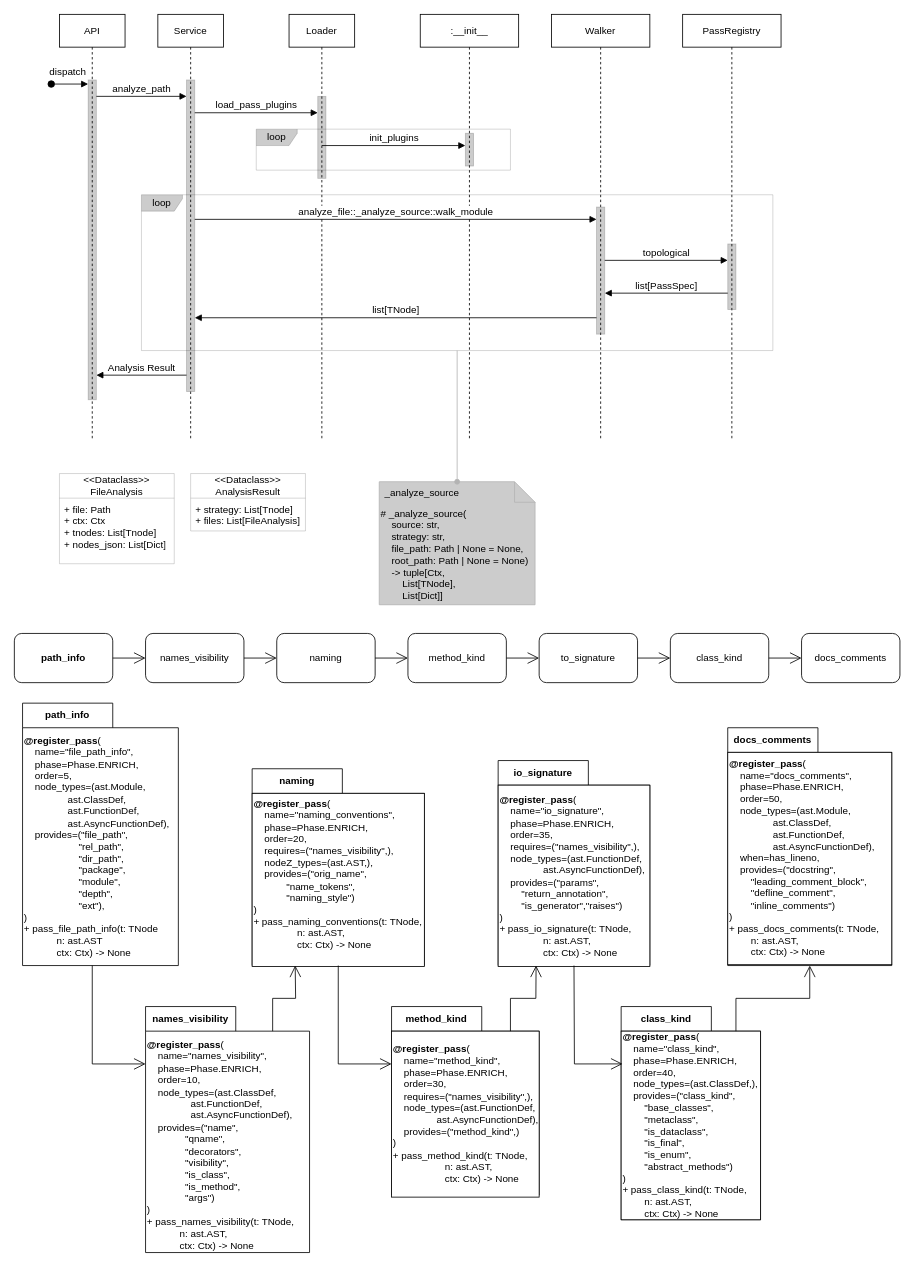
This is page "service_plugins_diagram" (12 of 14) of drawio/AST_Model_Plugins.drawio from IsabelaYabe/TccLatex, a draw.io file, before an edit. Source tidied: cells renumbered, new cells numbered last; positions are measured from the earlier drawing's top-left corner, leaving out a move shared by most shapes. Both pictures are drawn from the tidied source at 82%, with x=0, y=0 at pixel (14, 14).
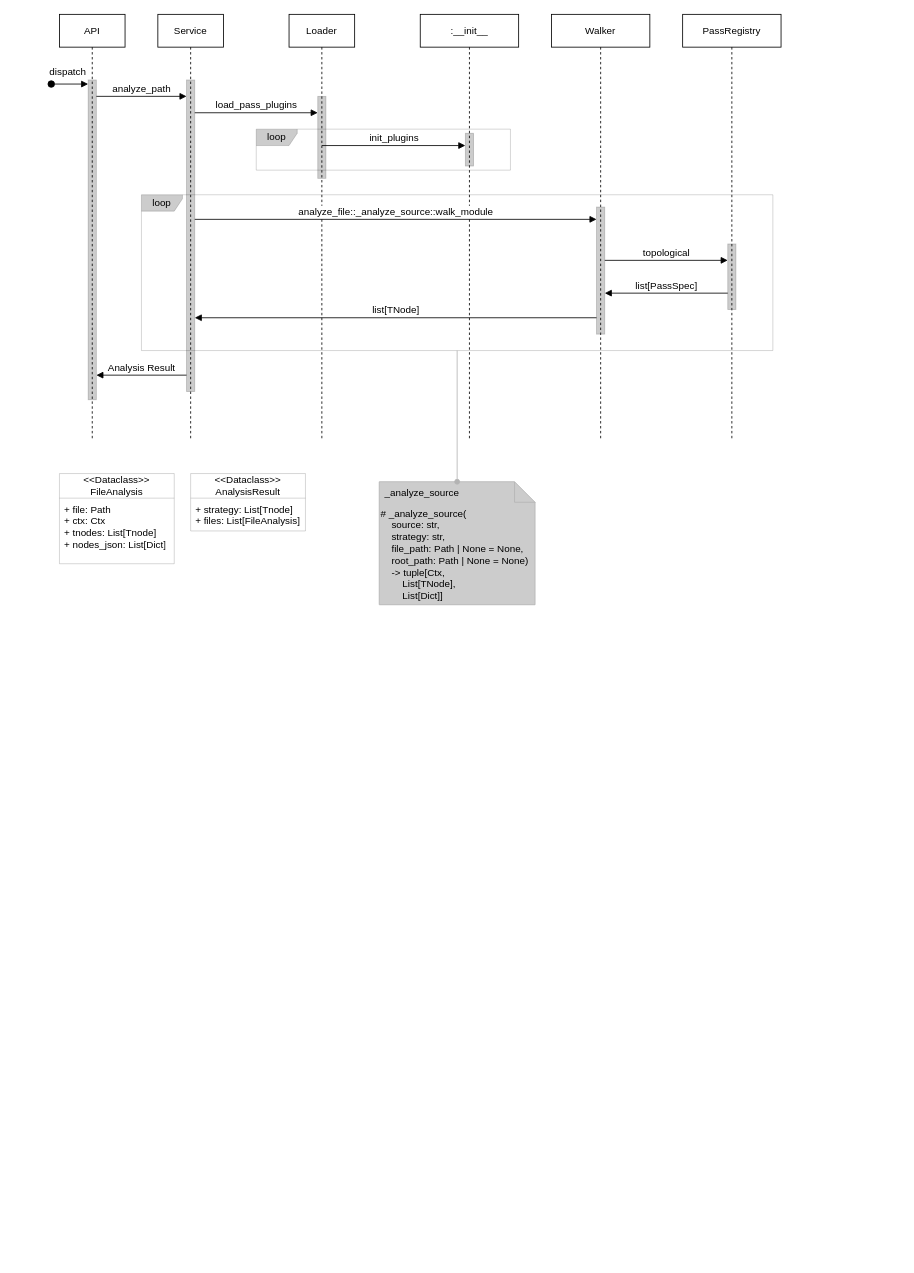
After the change.

Diff of the diagram source:
```diff
@@
-    <mxCell id="32" value="&lt;span style=&quot;&quot;&gt;names_visibility&lt;/span&gt;" style="shape=folder;fontStyle=1;tabWidth=110;tabHeight=30;tabPosition=left;html=1;boundedLbl=1;labelInHeader=1;whiteSpace=wrap;strokeColor=#000000;fontColor=#000000;" parent="1" vertex="1">
-      <mxGeometry x="160" y="1210" width="200" height="300" as="geometry" />
-    </mxCell>
-    <mxCell id="33" value="&lt;div&gt;&lt;b&gt;@register_pass&lt;/b&gt;(&lt;/div&gt;&lt;div&gt;&amp;nbsp; &amp;nbsp; name=&quot;names_visibility&quot;,&lt;/div&gt;&lt;div&gt;&amp;nbsp; &amp;nbsp; phase=Phase.ENRICH,&lt;/div&gt;&lt;div&gt;&amp;nbsp; &amp;nbsp; order=10,&lt;/div&gt;&lt;div&gt;&amp;nbsp; &amp;nbsp; node_types=(ast.ClassDef,&amp;nbsp;&lt;/div&gt;&lt;div&gt;&amp;nbsp; &amp;nbsp; &amp;nbsp; &amp;nbsp; &amp;nbsp; &amp;nbsp; &amp;nbsp; &amp;nbsp; ast.FunctionDef,&amp;nbsp;&lt;/div&gt;&lt;div&gt;&amp;nbsp; &amp;nbsp; &amp;nbsp; &amp;nbsp; &amp;nbsp; &amp;nbsp; &amp;nbsp; &amp;nbsp; ast.AsyncFunctionDef),&lt;/div&gt;&lt;div&gt;&amp;nbsp; &amp;nbsp; provides=(&quot;name&quot;,&amp;nbsp;&lt;/div&gt;&lt;div&gt;&amp;nbsp; &amp;nbsp; &amp;nbsp; &amp;nbsp; &amp;nbsp; &amp;nbsp; &amp;nbsp; &quot;qname&quot;,&amp;nbsp;&lt;/div&gt;&lt;div&gt;&amp;nbsp; &amp;nbsp; &amp;nbsp; &amp;nbsp; &amp;nbsp; &amp;nbsp; &amp;nbsp; &quot;decorators&quot;,&lt;/div&gt;&lt;div&gt;&amp;nbsp; &amp;nbsp; &amp;nbsp; &amp;nbsp; &amp;nbsp; &amp;nbsp; &amp;nbsp; &quot;visibility&quot;,&amp;nbsp;&lt;/div&gt;&lt;div&gt;&amp;nbsp; &amp;nbsp; &amp;nbsp; &amp;nbsp; &amp;nbsp; &amp;nbsp; &amp;nbsp; &quot;is_class&quot;,&amp;nbsp;&lt;/div&gt;&lt;div&gt;&amp;nbsp; &amp;nbsp; &amp;nbsp; &amp;nbsp; &amp;nbsp; &amp;nbsp; &amp;nbsp; &quot;is_method&quot;,&amp;nbsp;&lt;/div&gt;&lt;div&gt;&amp;nbsp; &amp;nbsp; &amp;nbsp; &amp;nbsp; &amp;nbsp; &amp;nbsp; &amp;nbsp; &quot;args&quot;)&lt;/div&gt;&lt;div&gt;)&lt;/div&gt;&lt;div&gt;+ pass_names_visibility(t: TNode,&amp;nbsp;&lt;/div&gt;&lt;div&gt;&amp;nbsp; &amp;nbsp; &amp;nbsp; &amp;nbsp; &amp;nbsp; &amp;nbsp; n: ast.AST,&amp;nbsp;&lt;/div&gt;&lt;div style=&quot;&quot;&gt;&amp;nbsp; &amp;nbsp; &amp;nbsp; &amp;nbsp; &amp;nbsp; &amp;nbsp; ctx: Ctx) -&amp;gt; None&lt;/div&gt;" style="html=1;strokeColor=none;fillColor=none;whiteSpace=wrap;align=left;fontColor=#000000;" parent="32" vertex="1">
-      <mxGeometry width="200" height="277.5" relative="1" as="geometry">
-        <mxPoint y="30" as="offset" />
-      </mxGeometry>
-    </mxCell>
-    <mxCell id="34" value="path_info" style="shape=folder;fontStyle=1;tabWidth=110;tabHeight=30;tabPosition=left;html=1;boundedLbl=1;labelInHeader=1;whiteSpace=wrap;labelBackgroundColor=none;rounded=0;fillColor=#FFFFFF;strokeColor=#000000;fontColor=#000000;gradientColor=none;" parent="1" vertex="1">
-      <mxGeometry x="10" y="840" width="190" height="320" as="geometry" />
-    </mxCell>
-    <mxCell id="35" value="&lt;div&gt;&lt;b&gt;@register_pass&lt;/b&gt;(&lt;/div&gt;&lt;div&gt;&amp;nbsp; &amp;nbsp; name=&quot;file_path_info&quot;,&lt;/div&gt;&lt;div&gt;&amp;nbsp; &amp;nbsp; phase=Phase.ENRICH,&lt;/div&gt;&lt;div&gt;&amp;nbsp; &amp;nbsp; order=5,&amp;nbsp;&lt;/div&gt;&lt;div&gt;&amp;nbsp; &amp;nbsp; node_types=(ast.Module,&lt;/div&gt;&lt;div&gt;&amp;nbsp; &amp;nbsp; &amp;nbsp; &amp;nbsp; &amp;nbsp; &amp;nbsp; &amp;nbsp; &amp;nbsp; ast.ClassDef,&lt;/div&gt;&lt;div&gt;&amp;nbsp; &amp;nbsp; &amp;nbsp; &amp;nbsp; &amp;nbsp; &amp;nbsp; &amp;nbsp; &amp;nbsp; ast.FunctionDef,&lt;/div&gt;&lt;div&gt;&amp;nbsp; &amp;nbsp; &amp;nbsp; &amp;nbsp; &amp;nbsp; &amp;nbsp; &amp;nbsp; &amp;nbsp; ast.AsyncFunctionDef),&lt;/div&gt;&lt;div&gt;&amp;nbsp; &amp;nbsp; provides=(&quot;file_path&quot;,&lt;/div&gt;&lt;div style=&quot;&quot;&gt;&amp;nbsp; &amp;nbsp; &amp;nbsp; &amp;nbsp; &amp;nbsp; &amp;nbsp; &amp;nbsp; &amp;nbsp; &amp;nbsp; &amp;nbsp; &quot;rel_path&quot;,&lt;/div&gt;&lt;div&gt;&amp;nbsp; &amp;nbsp; &amp;nbsp; &amp;nbsp; &amp;nbsp; &amp;nbsp; &amp;nbsp; &amp;nbsp; &amp;nbsp; &amp;nbsp; &quot;dir_path&quot;,&lt;/div&gt;&lt;div&gt;&amp;nbsp; &amp;nbsp; &amp;nbsp; &amp;nbsp; &amp;nbsp; &amp;nbsp; &amp;nbsp; &amp;nbsp; &amp;nbsp; &amp;nbsp; &quot;package&quot;,&lt;/div&gt;&lt;div&gt;&amp;nbsp; &amp;nbsp; &amp;nbsp; &amp;nbsp; &amp;nbsp; &amp;nbsp; &amp;nbsp; &amp;nbsp; &amp;nbsp; &amp;nbsp; &quot;module&quot;,&lt;/div&gt;&lt;div&gt;&amp;nbsp; &amp;nbsp; &amp;nbsp; &amp;nbsp; &amp;nbsp; &amp;nbsp; &amp;nbsp; &amp;nbsp; &amp;nbsp; &amp;nbsp; &quot;depth&quot;,&lt;/div&gt;&lt;div&gt;&amp;nbsp; &amp;nbsp; &amp;nbsp; &amp;nbsp; &amp;nbsp; &amp;nbsp; &amp;nbsp; &amp;nbsp; &amp;nbsp; &amp;nbsp; &quot;ext&quot;),&lt;/div&gt;&lt;div&gt;)&lt;/div&gt;&lt;div&gt;+ pass_file_path_info(t: TNode&lt;/div&gt;&lt;div&gt;&amp;nbsp; &amp;nbsp; &amp;nbsp; &amp;nbsp; &amp;nbsp; &amp;nbsp; n: ast.AST&lt;/div&gt;&lt;div&gt;&amp;nbsp; &amp;nbsp; &amp;nbsp; &amp;nbsp; &amp;nbsp; &amp;nbsp; ctx: Ctx) -&amp;gt; None&lt;/div&gt;" style="html=1;strokeColor=none;fillColor=none;whiteSpace=wrap;align=left;labelBackgroundColor=none;rounded=0;fontColor=#000000;" parent="34" vertex="1">
-      <mxGeometry width="190" height="290" relative="1" as="geometry">
-        <mxPoint y="30" as="offset" />
-      </mxGeometry>
-    </mxCell>
-    <mxCell id="36" value="naming" style="shape=folder;fontStyle=1;tabWidth=110;tabHeight=30;tabPosition=left;html=1;boundedLbl=1;labelInHeader=1;whiteSpace=wrap;labelBackgroundColor=none;rounded=0;fillColor=#FFFFFF;strokeColor=#000000;fontColor=#000000;" parent="1" vertex="1">
-      <mxGeometry x="290" y="920" width="210" height="240" as="geometry" />
-    </mxCell>
-    <mxCell id="37" value="&lt;div&gt;&lt;b&gt;@register_pass&lt;/b&gt;(&lt;/div&gt;&lt;div&gt;&amp;nbsp; &amp;nbsp; name=&quot;naming_conventions&quot;,&lt;/div&gt;&lt;div&gt;&amp;nbsp; &amp;nbsp; phase=Phase.ENRICH,&lt;/div&gt;&lt;div&gt;&amp;nbsp; &amp;nbsp; order=20,&lt;/div&gt;&lt;div&gt;&amp;nbsp; &amp;nbsp; requires=(&quot;names_visibility&quot;,),&amp;nbsp; &amp;nbsp; &amp;nbsp; &amp;nbsp; &amp;nbsp; &amp;nbsp;&lt;/div&gt;&lt;div&gt;&amp;nbsp; &amp;nbsp; nodeZ_types=(ast.AST,),&lt;/div&gt;&lt;div&gt;&amp;nbsp; &amp;nbsp; provides=(&quot;orig_name&quot;,&lt;/div&gt;&lt;div&gt;&amp;nbsp; &amp;nbsp; &amp;nbsp; &amp;nbsp; &amp;nbsp; &amp;nbsp; &quot;name_tokens&quot;,&lt;/div&gt;&lt;div&gt;&amp;nbsp; &amp;nbsp; &amp;nbsp; &amp;nbsp; &amp;nbsp; &amp;nbsp; &quot;naming_style&quot;)&lt;/div&gt;&lt;div&gt;)&lt;/div&gt;&lt;div&gt;+ pass_naming_conventions(t: TNode,&lt;/div&gt;&lt;div&gt;&amp;nbsp; &amp;nbsp; &amp;nbsp; &amp;nbsp; &amp;nbsp; &amp;nbsp; &amp;nbsp; &amp;nbsp; n: ast.AST,&lt;/div&gt;&lt;div&gt;&amp;nbsp; &amp;nbsp; &amp;nbsp; &amp;nbsp; &amp;nbsp; &amp;nbsp; &amp;nbsp; &amp;nbsp; ctx: Ctx) -&amp;gt; None&lt;/div&gt;&lt;div&gt;&lt;br&gt;&lt;/div&gt;" style="html=1;strokeColor=#000000;fillColor=#FFFFFF;whiteSpace=wrap;align=left;labelBackgroundColor=none;rounded=0;fontColor=#000000;" parent="36" vertex="1">
-      <mxGeometry width="210" height="211.2" relative="1" as="geometry">
-        <mxPoint y="30" as="offset" />
-      </mxGeometry>
-    </mxCell>
-    <mxCell id="38" value="method_kind" style="shape=folder;fontStyle=1;tabWidth=110;tabHeight=30;tabPosition=left;html=1;boundedLbl=1;labelInHeader=1;whiteSpace=wrap;labelBackgroundColor=none;rounded=0;fillColor=#FFFFFF;strokeColor=#000000;fontColor=#000000;" parent="1" vertex="1">
-      <mxGeometry x="460" y="1210" width="180" height="230" as="geometry" />
-    </mxCell>
-    <mxCell id="39" value="&lt;div&gt;&lt;b&gt;@register_pass&lt;/b&gt;(&lt;/div&gt;&lt;div&gt;&amp;nbsp; &amp;nbsp; name=&quot;method_kind&quot;,&lt;/div&gt;&lt;div&gt;&amp;nbsp; &amp;nbsp; phase=Phase.ENRICH,&lt;/div&gt;&lt;div&gt;&amp;nbsp; &amp;nbsp; order=30,&lt;/div&gt;&lt;div&gt;&amp;nbsp; &amp;nbsp; requires=(&quot;names_visibility&quot;,),&lt;/div&gt;&lt;div&gt;&amp;nbsp; &amp;nbsp; node_types=(ast.FunctionDef,&amp;nbsp;&lt;/div&gt;&lt;div style=&quot;&quot;&gt;&amp;nbsp; &amp;nbsp; &amp;nbsp; &amp;nbsp; &amp;nbsp; &amp;nbsp; &amp;nbsp; &amp;nbsp; ast.AsyncFunctionDef),&lt;/div&gt;&lt;div&gt;&amp;nbsp; &amp;nbsp; provides=(&quot;method_kind&quot;,)&lt;/div&gt;&lt;div&gt;)&lt;/div&gt;&lt;div&gt;+ pass_method_kind(t: TNode,&amp;nbsp;&lt;/div&gt;&lt;div&gt;&amp;nbsp; &amp;nbsp; &amp;nbsp; &amp;nbsp; &amp;nbsp; &amp;nbsp; &amp;nbsp; &amp;nbsp; &amp;nbsp; &amp;nbsp;n: ast.AST,&amp;nbsp;&lt;/div&gt;&lt;div&gt;&amp;nbsp; &amp;nbsp; &amp;nbsp; &amp;nbsp; &amp;nbsp; &amp;nbsp; &amp;nbsp; &amp;nbsp; &amp;nbsp; &amp;nbsp;ctx: Ctx) -&amp;gt; None&lt;/div&gt;" style="html=1;strokeColor=#000000;fillColor=#FFFFFF;whiteSpace=wrap;align=left;labelBackgroundColor=none;rounded=0;fontColor=#000000;" parent="38" vertex="1">
-      <mxGeometry width="180" height="202.4" relative="1" as="geometry">
-        <mxPoint y="30" as="offset" />
-      </mxGeometry>
-    </mxCell>
-    <mxCell id="40" value="io_signature" style="shape=folder;fontStyle=1;tabWidth=110;tabHeight=30;tabPosition=left;html=1;boundedLbl=1;labelInHeader=1;whiteSpace=wrap;labelBackgroundColor=none;rounded=0;fillColor=#FFFFFF;strokeColor=#000000;fontColor=#000000;" parent="1" vertex="1">
-      <mxGeometry x="590" y="910" width="185" height="250" as="geometry" />
-    </mxCell>
-    <mxCell id="41" value="&lt;div&gt;&lt;b&gt;@register_pass&lt;/b&gt;(&lt;/div&gt;&lt;div&gt;&amp;nbsp; &amp;nbsp; name=&quot;io_signature&quot;,&lt;/div&gt;&lt;div&gt;&amp;nbsp; &amp;nbsp; phase=Phase.ENRICH,&lt;/div&gt;&lt;div&gt;&amp;nbsp; &amp;nbsp; order=35,&lt;/div&gt;&lt;div&gt;&amp;nbsp; &amp;nbsp; requires=(&quot;names_visibility&quot;,),&lt;/div&gt;&lt;div&gt;&amp;nbsp; &amp;nbsp; node_types=(ast.FunctionDef,&amp;nbsp;&lt;/div&gt;&lt;div&gt;&amp;nbsp; &amp;nbsp; &amp;nbsp; &amp;nbsp; &amp;nbsp; &amp;nbsp; &amp;nbsp; &amp;nbsp; ast.AsyncFunctionDef),&lt;/div&gt;&lt;div&gt;&amp;nbsp; &amp;nbsp; provides=(&quot;params&quot;,&lt;/div&gt;&lt;div&gt;&amp;nbsp; &amp;nbsp; &amp;nbsp; &amp;nbsp; &quot;return_annotation&quot;,&lt;/div&gt;&lt;div&gt;&amp;nbsp; &amp;nbsp; &amp;nbsp; &amp;nbsp; &quot;is_generator&quot;,&quot;raises&quot;)&lt;/div&gt;&lt;div&gt;)&lt;/div&gt;&lt;div&gt;+ pass_io_signature(t: TNode,&amp;nbsp;&lt;/div&gt;&lt;div&gt;&amp;nbsp; &amp;nbsp; &amp;nbsp; &amp;nbsp; &amp;nbsp; &amp;nbsp; &amp;nbsp; &amp;nbsp; n: ast.AST,&amp;nbsp;&lt;/div&gt;&lt;div&gt;&amp;nbsp; &amp;nbsp; &amp;nbsp; &amp;nbsp; &amp;nbsp; &amp;nbsp; &amp;nbsp; &amp;nbsp; ctx: Ctx) -&amp;gt; None&lt;/div&gt;" style="html=1;strokeColor=#000000;fillColor=#FFFFFF;whiteSpace=wrap;align=left;labelBackgroundColor=none;rounded=0;fontColor=#000000;" parent="40" vertex="1">
-      <mxGeometry width="185" height="221.15" relative="1" as="geometry">
-        <mxPoint y="30" as="offset" />
-      </mxGeometry>
-    </mxCell>
-    <mxCell id="42" value="docs_comments" style="shape=folder;fontStyle=1;tabWidth=110;tabHeight=30;tabPosition=left;html=1;boundedLbl=1;labelInHeader=1;whiteSpace=wrap;align=center;labelBackgroundColor=none;rounded=0;fillColor=#FFFFFF;strokeColor=#000000;fontColor=#000000;" parent="1" vertex="1">
-      <mxGeometry x="870" y="870" width="200" height="290" as="geometry" />
-    </mxCell>
-    <mxCell id="43" value="&lt;div&gt;&lt;b&gt;@register_pass&lt;/b&gt;(&lt;/div&gt;&lt;div&gt;&amp;nbsp; &amp;nbsp; name=&quot;docs_comments&quot;,&lt;/div&gt;&lt;div&gt;&amp;nbsp; &amp;nbsp; phase=Phase.ENRICH,&lt;/div&gt;&lt;div&gt;&amp;nbsp; &amp;nbsp; order=50,&lt;/div&gt;&lt;div&gt;&amp;nbsp; &amp;nbsp; node_types=(ast.Module,&amp;nbsp;&lt;/div&gt;&lt;div&gt;&amp;nbsp; &amp;nbsp; &amp;nbsp; &amp;nbsp; &amp;nbsp; &amp;nbsp; &amp;nbsp; &amp;nbsp; ast.ClassDef,&amp;nbsp;&lt;/div&gt;&lt;div&gt;&amp;nbsp; &amp;nbsp; &amp;nbsp; &amp;nbsp; &amp;nbsp; &amp;nbsp; &amp;nbsp; &amp;nbsp; ast.FunctionDef,&amp;nbsp;&lt;/div&gt;&lt;div&gt;&amp;nbsp; &amp;nbsp; &amp;nbsp; &amp;nbsp; &amp;nbsp; &amp;nbsp; &amp;nbsp; &amp;nbsp; ast.AsyncFunctionDef),&lt;/div&gt;&lt;div&gt;&amp;nbsp; &amp;nbsp; when=has_lineno,&lt;/div&gt;&lt;div&gt;&amp;nbsp; &amp;nbsp; provides=(&quot;docstring&quot;,&lt;/div&gt;&lt;div&gt;&amp;nbsp; &amp;nbsp; &amp;nbsp; &amp;nbsp; &quot;leading_comment_block&quot;,&lt;/div&gt;&lt;div&gt;&amp;nbsp; &amp;nbsp; &amp;nbsp; &amp;nbsp; &quot;defline_comment&quot;,&lt;/div&gt;&lt;div&gt;&amp;nbsp; &amp;nbsp; &amp;nbsp; &amp;nbsp; &quot;inline_comments&quot;)&lt;/div&gt;&lt;div&gt;)&lt;/div&gt;&lt;div&gt;&lt;div&gt;+ pass_docs_comments(t: TNode,&amp;nbsp;&lt;/div&gt;&lt;div&gt;&lt;span style=&quot;white-space: normal;&quot;&gt;&lt;span style=&quot;white-space:pre&quot;&gt;&#9;&lt;/span&gt;n: ast.AST,&amp;nbsp;&lt;/span&gt;&lt;/div&gt;&lt;div&gt;&lt;span style=&quot;white-space: normal;&quot;&gt;&lt;span style=&quot;white-space:pre&quot;&gt;&#9;&lt;/span&gt;ctx: Ctx) -&amp;gt; None&lt;/span&gt;&lt;/div&gt;&lt;/div&gt;" style="html=1;strokeColor=#000000;fillColor=#FFFFFF;whiteSpace=wrap;align=left;labelBackgroundColor=none;rounded=0;fontColor=#000000;" parent="42" vertex="1">
-      <mxGeometry width="200" height="258.93" relative="1" as="geometry">
-        <mxPoint y="30" as="offset" />
-      </mxGeometry>
-    </mxCell>
-    <mxCell id="44" value="class_kind" style="shape=folder;fontStyle=1;tabWidth=110;tabHeight=30;tabPosition=left;html=1;boundedLbl=1;labelInHeader=1;whiteSpace=wrap;labelBackgroundColor=none;rounded=0;fillColor=#FFFFFF;strokeColor=#000000;fontColor=#000000;" parent="1" vertex="1">
-      <mxGeometry x="740" y="1210" width="170" height="260" as="geometry" />
-    </mxCell>
-    <mxCell id="45" value="&lt;div&gt;&lt;span&gt;&lt;b&gt;@register_pass&lt;/b&gt;(&lt;/span&gt;&lt;/div&gt;&lt;div&gt;&lt;span&gt;&amp;nbsp; &amp;nbsp; name=&quot;class_kind&quot;,&lt;/span&gt;&lt;/div&gt;&lt;div&gt;&lt;span&gt;&amp;nbsp; &amp;nbsp; phase=Phase.ENRICH,&lt;/span&gt;&lt;/div&gt;&lt;div&gt;&lt;span&gt;&amp;nbsp; &amp;nbsp; order=40,&lt;/span&gt;&lt;/div&gt;&lt;div&gt;&lt;span&gt;&amp;nbsp; &amp;nbsp; node_types=(ast.ClassDef,),&lt;/span&gt;&lt;/div&gt;&lt;div&gt;&lt;span&gt;&amp;nbsp; &amp;nbsp; provides=(&quot;class_kind&quot;,&amp;nbsp;&lt;/span&gt;&lt;/div&gt;&lt;div&gt;&lt;span&gt;&amp;nbsp; &amp;nbsp; &amp;nbsp; &amp;nbsp; &quot;base_classes&quot;,&amp;nbsp;&lt;/span&gt;&lt;/div&gt;&lt;div&gt;&lt;span&gt;&amp;nbsp; &amp;nbsp; &amp;nbsp; &amp;nbsp; &quot;metaclass&quot;,&amp;nbsp;&lt;/span&gt;&lt;/div&gt;&lt;div&gt;&lt;span&gt;&amp;nbsp; &amp;nbsp; &amp;nbsp; &amp;nbsp; &quot;is_dataclass&quot;,&amp;nbsp;&lt;/span&gt;&lt;/div&gt;&lt;div&gt;&lt;span&gt;&amp;nbsp; &amp;nbsp; &amp;nbsp; &amp;nbsp; &quot;is_final&quot;,&amp;nbsp;&lt;/span&gt;&lt;/div&gt;&lt;div&gt;&lt;span&gt;&amp;nbsp; &amp;nbsp; &amp;nbsp; &amp;nbsp; &quot;is_enum&quot;,&amp;nbsp;&lt;/span&gt;&lt;/div&gt;&lt;div&gt;&lt;span&gt;&amp;nbsp; &amp;nbsp; &amp;nbsp; &amp;nbsp; &quot;abstract_methods&quot;)&lt;/span&gt;&lt;/div&gt;&lt;div&gt;&lt;span&gt;)&lt;/span&gt;&lt;/div&gt;&lt;div&gt;&lt;span&gt;+ pass_class_kind(t: TNode,&amp;nbsp;&lt;/span&gt;&lt;/div&gt;&lt;div&gt;&lt;span style=&quot;white-space: normal;&quot;&gt;&lt;span&gt;&lt;span style=&quot;white-space:pre&quot;&gt;&#9;&lt;/span&gt;n: ast.AST,&amp;nbsp;&lt;/span&gt;&lt;/span&gt;&lt;/div&gt;&lt;div&gt;&lt;span style=&quot;white-space: normal;&quot;&gt;&lt;span&gt;&lt;span style=&quot;white-space:pre&quot;&gt;&#9;&lt;/span&gt;ctx: Ctx) -&amp;gt; None&lt;/span&gt;&lt;/span&gt;&lt;/div&gt;" style="html=1;strokeColor=#000000;fillColor=#FFFFFF;whiteSpace=wrap;align=left;fontStyle=0;labelBackgroundColor=none;rounded=0;fontColor=#000000;" parent="44" vertex="1">
-      <mxGeometry width="170" height="230" relative="1" as="geometry">
-        <mxPoint y="30" as="offset" />
-      </mxGeometry>
-    </mxCell>
-    <mxCell id="46" style="endArrow=open;endFill=1;endSize=12;html=1;rounded=0;entryX=0.25;entryY=1;entryDx=0;entryDy=0;entryPerimeter=0;exitX=0;exitY=0;exitDx=155;exitDy=30;exitPerimeter=0;fontColor=#000000;" parent="1" edge="1" source="32" target="36">
-      <mxGeometry relative="1" as="geometry">
-        <Array as="points">
-          <mxPoint x="315" y="1200" />
-          <mxPoint x="343" y="1200" />
-        </Array>
-      </mxGeometry>
-    </mxCell>
-    <mxCell id="47" style="endArrow=open;endFill=1;endSize=12;html=1;rounded=0;exitX=0.5;exitY=1;exitDx=0;exitDy=0;exitPerimeter=0;fontColor=#000000;" parent="1" edge="1" source="36">
-      <mxGeometry relative="1" as="geometry">
-        <mxPoint x="460" y="1280" as="targetPoint" />
-        <Array as="points">
-          <mxPoint x="395" y="1280" />
-        </Array>
-      </mxGeometry>
-    </mxCell>
-    <mxCell id="48" style="endArrow=open;endFill=1;endSize=12;html=1;rounded=0;exitX=0;exitY=0;exitDx=145;exitDy=30;exitPerimeter=0;fontColor=#000000;entryX=0.25;entryY=1;entryDx=0;entryDy=0;entryPerimeter=0;" parent="1" edge="1" source="38" target="40">
-      <mxGeometry relative="1" as="geometry">
-        <Array as="points">
-          <mxPoint x="605" y="1200" />
-          <mxPoint x="636" y="1200" />
-        </Array>
-      </mxGeometry>
-    </mxCell>
-    <mxCell id="49" style="endArrow=open;endFill=1;endSize=12;html=1;rounded=0;exitX=0.5;exitY=1;exitDx=0;exitDy=0;exitPerimeter=0;entryX=0.01;entryY=0.269;entryDx=0;entryDy=0;entryPerimeter=0;fontColor=#000000;" parent="1" edge="1" source="40" target="44">
-      <mxGeometry relative="1" as="geometry">
-        <Array as="points">
-          <mxPoint x="683" y="1280" />
-        </Array>
-      </mxGeometry>
-    </mxCell>
-    <mxCell id="50" style="endArrow=open;endFill=1;endSize=12;html=1;rounded=0;exitX=0;exitY=0;exitDx=140;exitDy=30;exitPerimeter=0;entryX=0.5;entryY=1;entryDx=0;entryDy=0;entryPerimeter=0;fontColor=#000000;" parent="1" edge="1" source="44" target="42">
-      <mxGeometry relative="1" as="geometry">
-        <Array as="points">
-          <mxPoint x="880" y="1200" />
-          <mxPoint x="970" y="1200" />
-        </Array>
-      </mxGeometry>
-    </mxCell>
-    <mxCell id="51" value="&lt;b&gt;path_info&lt;/b&gt;" style="rounded=1;whiteSpace=wrap;html=1;" parent="1" vertex="1">
-      <mxGeometry y="755" width="120" height="60" as="geometry" />
-    </mxCell>
-    <mxCell id="52" value="names_visibility" style="rounded=1;whiteSpace=wrap;html=1;" parent="1" vertex="1">
-      <mxGeometry x="160" y="755" width="120" height="60" as="geometry" />
-    </mxCell>
-    <mxCell id="53" value="naming" style="rounded=1;whiteSpace=wrap;html=1;" parent="1" vertex="1">
-      <mxGeometry x="320" y="755" width="120" height="60" as="geometry" />
-    </mxCell>
-    <mxCell id="54" value="method_kind" style="rounded=1;whiteSpace=wrap;html=1;" parent="1" vertex="1">
-      <mxGeometry x="480" y="755" width="120" height="60" as="geometry" />
-    </mxCell>
-    <mxCell id="55" value="to_signature" style="rounded=1;whiteSpace=wrap;html=1;" parent="1" vertex="1">
-      <mxGeometry x="640" y="755" width="120" height="60" as="geometry" />
-    </mxCell>
-    <mxCell id="56" value="class_kind" style="rounded=1;whiteSpace=wrap;html=1;" parent="1" vertex="1">
-      <mxGeometry x="800" y="755" width="120" height="60" as="geometry" />
-    </mxCell>
-    <mxCell id="57" value="docs_comments" style="rounded=1;whiteSpace=wrap;html=1;" parent="1" vertex="1">
-      <mxGeometry x="960" y="755" width="120" height="60" as="geometry" />
-    </mxCell>
-    <mxCell id="58" style="endArrow=open;endFill=1;endSize=12;html=1;rounded=0;entryX=0;entryY=0.5;entryDx=0;entryDy=0;" parent="1" edge="1" source="51" target="52">
-      <mxGeometry relative="1" as="geometry" />
-    </mxCell>
-    <mxCell id="59" style="endArrow=open;endFill=1;endSize=12;html=1;rounded=0;exitX=1;exitY=0.5;exitDx=0;exitDy=0;entryX=0;entryY=0.5;entryDx=0;entryDy=0;" parent="1" edge="1" source="52" target="53">
-      <mxGeometry relative="1" as="geometry" />
-    </mxCell>
-    <mxCell id="60" style="endArrow=open;endFill=1;endSize=12;html=1;rounded=0;exitX=1;exitY=0.5;exitDx=0;exitDy=0;entryX=0;entryY=0.5;entryDx=0;entryDy=0;" parent="1" edge="1" source="53" target="54">
-      <mxGeometry relative="1" as="geometry" />
-    </mxCell>
-    <mxCell id="61" style="endArrow=open;endFill=1;endSize=12;html=1;rounded=0;exitX=1;exitY=0.5;exitDx=0;exitDy=0;" parent="1" edge="1" source="54" target="55">
-      <mxGeometry relative="1" as="geometry" />
-    </mxCell>
-    <mxCell id="62" style="endArrow=open;endFill=1;endSize=12;html=1;rounded=0;exitX=1;exitY=0.5;exitDx=0;exitDy=0;entryX=0;entryY=0.5;entryDx=0;entryDy=0;" parent="1" edge="1" source="55" target="56">
-      <mxGeometry relative="1" as="geometry" />
-    </mxCell>
-    <mxCell id="63" style="endArrow=open;endFill=1;endSize=12;html=1;rounded=0;exitX=1;exitY=0.5;exitDx=0;exitDy=0;entryX=0;entryY=0.5;entryDx=0;entryDy=0;" parent="1" edge="1" source="56" target="57">
-      <mxGeometry relative="1" as="geometry" />
-    </mxCell>
-    <mxCell id="64" style="endArrow=open;endFill=1;endSize=12;html=1;rounded=0;exitX=0.5;exitY=1;exitDx=0;exitDy=0;exitPerimeter=0;fontColor=#000000;" parent="1" edge="1">
-      <mxGeometry relative="1" as="geometry">
-        <mxPoint x="95" y="1160" as="sourcePoint" />
-        <mxPoint x="160" y="1280" as="targetPoint" />
-        <Array as="points">
-          <mxPoint x="95" y="1280" />
-        </Array>
-      </mxGeometry>
-    </mxCell>
```
